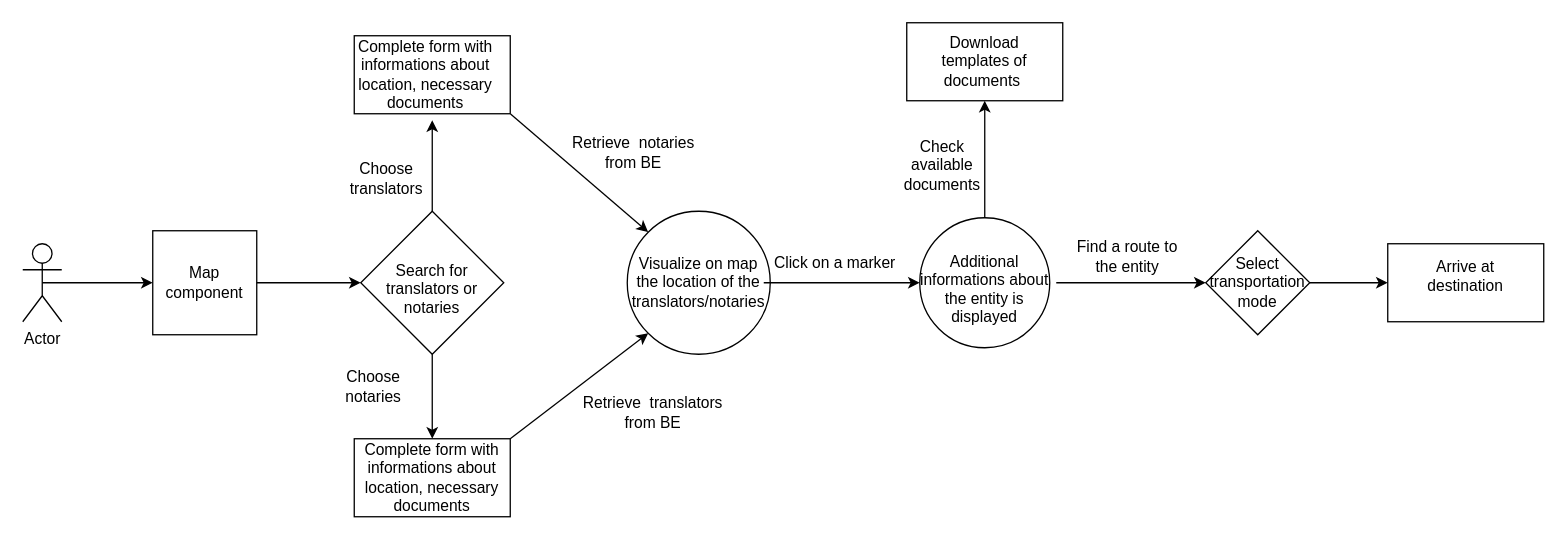
This is documentation/UML/workflow.drawio from Cati96/notis, a draw.io file, before an edit. Source tidied: cells renumbered, new cells numbered last; positions are measured from the earlier drawing's top-left corner, leaving out a move shared by most shapes. Both pictures are drawn from the tidied source at 130%, with x=0, y=0 at pixel (22, 22).
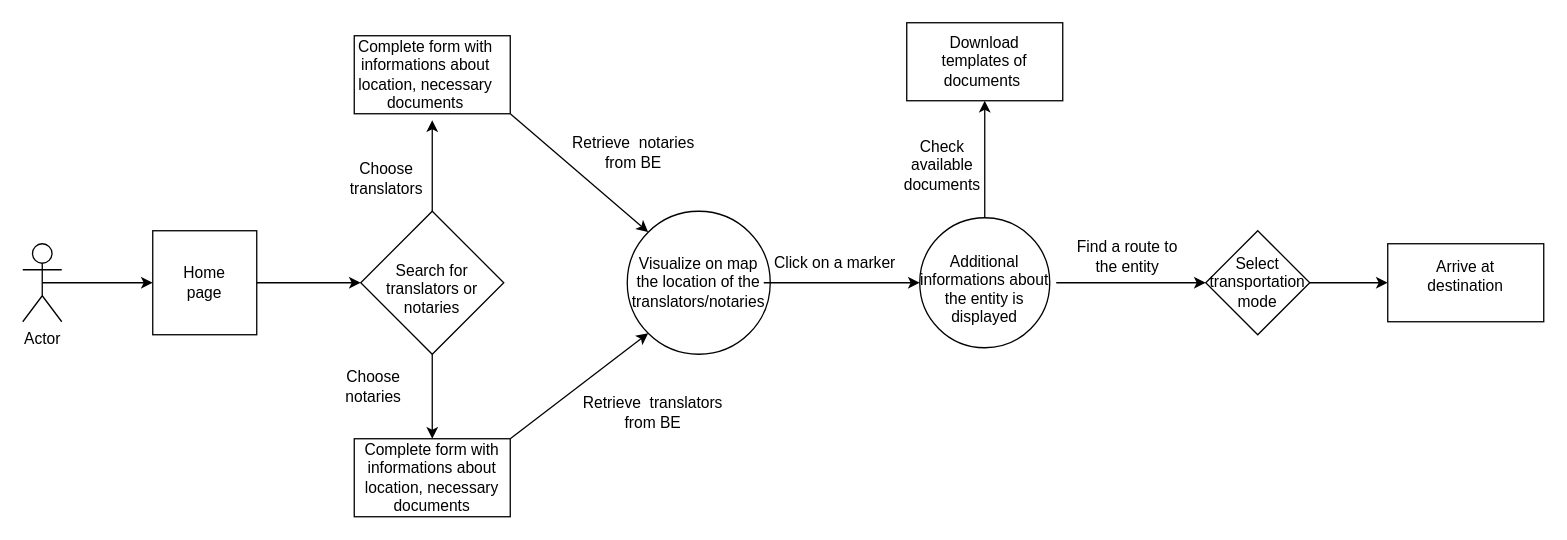
Above is the later version.

The edit, as a diff of the source:
```diff
@@
-    <mxCell id="5" value="Map component" style="text;html=1;strokeColor=none;fillColor=none;align=center;verticalAlign=middle;whiteSpace=wrap;rounded=0;" parent="1" vertex="1">
-      <mxGeometry x="120" y="190" width="40" height="20" as="geometry" />
-    </mxCell>
@@
+    <mxCell id="38" value="Home page" style="text;html=1;strokeColor=none;fillColor=none;align=center;verticalAlign=middle;whiteSpace=wrap;rounded=0;" parent="1" vertex="1">
+      <mxGeometry x="120" y="190" width="40" height="20" as="geometry" />
+    </mxCell>
```
